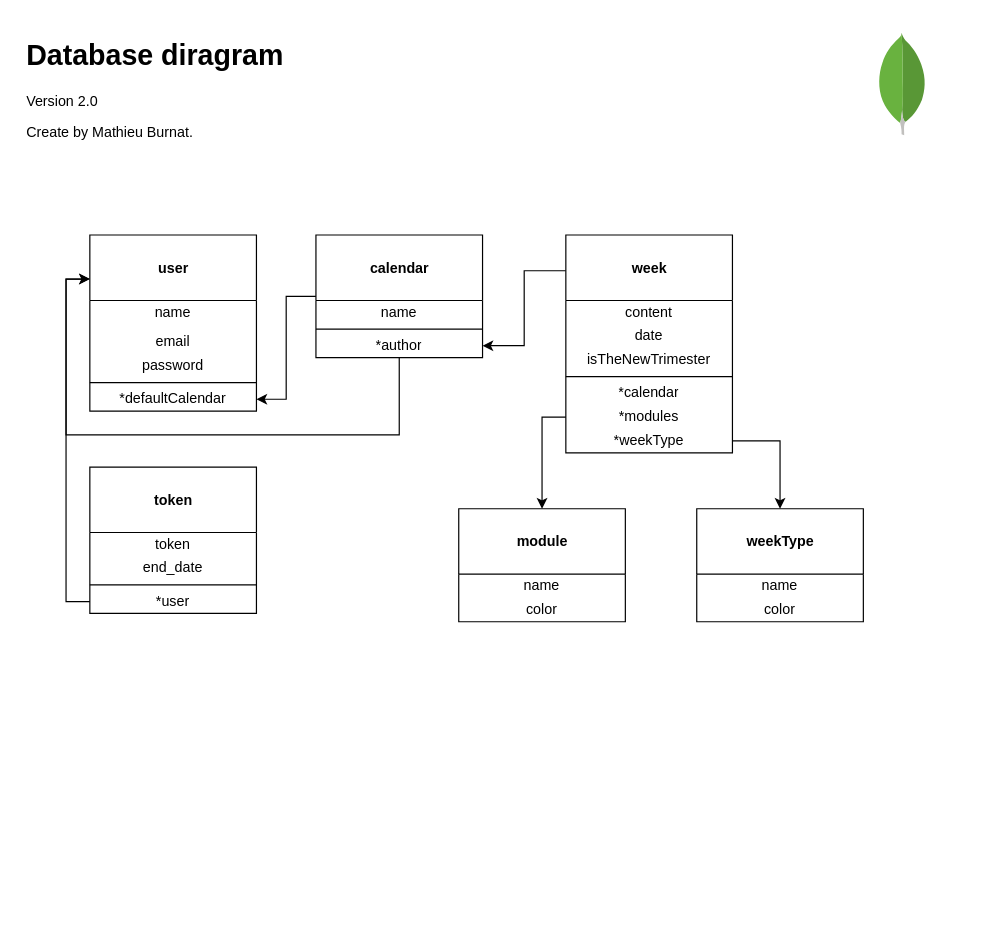
This is documentation/database/Diagram_2.drawio from MathieuBurnat/tech_calendar, a draw.io file, before an edit. Source tidied: cells renumbered, new cells numbered last; positions are measured from the earlier drawing's top-left corner, leaving out a move shared by most shapes. Both pictures are drawn from the tidied source at 119%, with x=0, y=0 at pixel (20, 32).
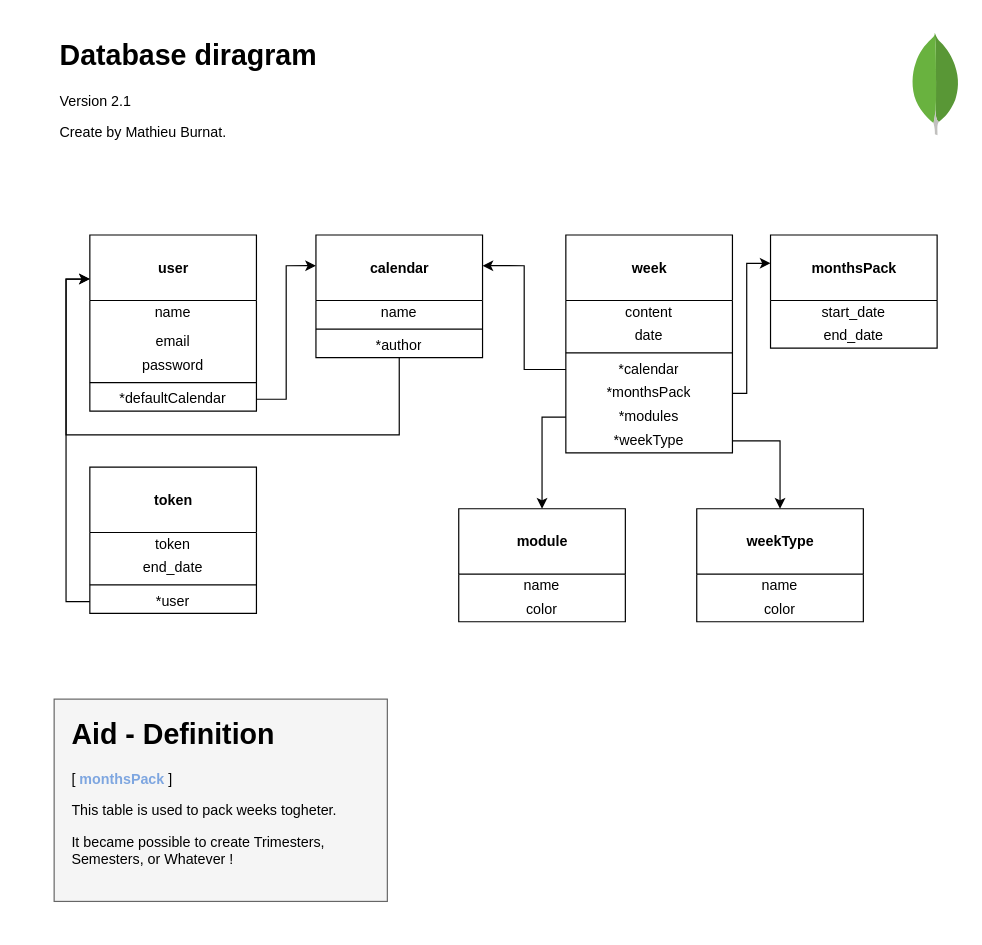
After the change.

Commit message (it also covers changes not shown here):
Update Digram's database

The change refers to these unchanged cells:
```xml
<mxCell id="5" value="&lt;br&gt;&lt;b&gt;calendar&lt;/b&gt;" style="swimlane;fontStyle=0;align=center;verticalAlign=top;horizontal=1;startSize=55;html=1;" parent="1" vertex="1">
  <mxGeometry x="248" y="170" width="140" height="103" as="geometry" />
</mxCell>
<mxCell id="8" value="*author" style="text;html=1;strokeColor=none;fillColor=none;align=center;verticalAlign=middle;spacingLeft=4;spacingRight=4;overflow=hidden;points=[[0,0.5],[1,0.5]];portConstraint=eastwest;" parent="5" vertex="1">
  <mxGeometry y="83" width="140" height="20" as="geometry" />
</mxCell>
<mxCell id="10" value="&lt;br&gt;&lt;b&gt;week&lt;/b&gt;" style="swimlane;fontStyle=0;align=center;verticalAlign=top;horizontal=1;startSize=55;html=1;" parent="1" vertex="1">
  <mxGeometry x="458" y="170" width="140" height="183" as="geometry" />
</mxCell>
<mxCell id="24" value="*defaultCalendar" style="text;html=1;strokeColor=none;fillColor=none;align=center;verticalAlign=middle;spacingLeft=4;spacingRight=4;overflow=hidden;points=[[0,0.5],[1,0.5]];portConstraint=eastwest;" parent="18" vertex="1">
  <mxGeometry y="128" width="140" height="20" as="geometry" />
</mxCell>
```

The edit, as a diff of the source:
```diff
@@
     <mxCell id="2" style="dashed=0;html=1;align=center;labelPosition=center;verticalLabelPosition=bottom;verticalAlign=top;shape=mxgraph.weblogos.mongodb;" parent="1" vertex="1">
-      <mxGeometry x="720" width="41.2" height="86.2" as="geometry" />
+      <mxGeometry x="748" width="41.2" height="86.2" as="geometry" />
     </mxCell>
-    <mxCell id="3" value="&lt;h1&gt;Database diragram&lt;/h1&gt;&lt;p&gt;Version 2.0&amp;nbsp;&lt;/p&gt;&lt;p&gt;Create by Mathieu Burnat.&lt;/p&gt;" style="text;html=1;strokeColor=none;fillColor=none;spacing=5;spacingTop=-20;whiteSpace=wrap;overflow=hidden;rounded=0;" parent="1" vertex="1">
-      <mxGeometry width="370" height="120" as="geometry" />
+    <mxCell id="3" value="&lt;h1&gt;Database diragram&lt;/h1&gt;&lt;p&gt;Version 2.1&lt;/p&gt;&lt;p&gt;Create by Mathieu Burnat.&lt;/p&gt;" style="text;html=1;strokeColor=none;fillColor=none;spacing=5;spacingTop=-20;whiteSpace=wrap;overflow=hidden;rounded=0;" parent="1" vertex="1">
+      <mxGeometry x="28" width="370" height="120" as="geometry" />
     </mxCell>
-    <mxCell id="4" style="edgeStyle=orthogonalEdgeStyle;rounded=0;jettySize=auto;html=1;entryX=1;entryY=0.5;entryDx=0;entryDy=0;" parent="1" edge="1" source="5" target="24">
-      <mxGeometry relative="1" as="geometry">
-        <Array as="points">
-          <mxPoint x="223" y="222" />
-          <mxPoint x="223" y="308" />
-        </Array>
-      </mxGeometry>
-    </mxCell>
@@
-    <mxCell id="9" style="edgeStyle=orthogonalEdgeStyle;rounded=0;jettySize=auto;html=1;entryX=1;entryY=0.5;entryDx=0;entryDy=0;" parent="1" edge="1" source="10" target="8">
-      <mxGeometry relative="1" as="geometry">
-        <Array as="points">
-          <mxPoint x="423" y="200" />
-          <mxPoint x="423" y="263" />
-        </Array>
-      </mxGeometry>
-    </mxCell>
@@
-    <mxCell id="13" value="isTheNewTrimester" style="text;html=1;strokeColor=none;fillColor=none;align=center;verticalAlign=middle;spacingLeft=4;spacingRight=4;overflow=hidden;" parent="10" vertex="1">
-      <mxGeometry y="95" width="140" height="20" as="geometry" />
-    </mxCell>
     <mxCell id="14" style="line;strokeWidth=1;fillColor=none;align=left;verticalAlign=middle;spacingTop=-1;spacingLeft=3;spacingRight=3;labelPosition=right;" parent="10" vertex="1">
-      <mxGeometry y="115" width="140" height="8" as="geometry" />
+      <mxGeometry y="95" width="140" height="8" as="geometry" />
     </mxCell>
     <mxCell id="15" value="*calendar" style="text;html=1;strokeColor=none;fillColor=none;align=center;verticalAlign=middle;spacingLeft=4;spacingRight=4;overflow=hidden;points=[[0,0.5],[1,0.5]];portConstraint=eastwest;" parent="10" vertex="1">
-      <mxGeometry y="123" width="140" height="20" as="geometry" />
+      <mxGeometry y="103" width="140" height="20" as="geometry" />
     </mxCell>
+    <mxCell id="40" value="*monthsPack" style="text;html=1;strokeColor=none;fillColor=none;align=center;verticalAlign=middle;spacingLeft=4;spacingRight=4;overflow=hidden;points=[[0,0.5],[1,0.5]];portConstraint=eastwest;" parent="10" vertex="1">
+      <mxGeometry y="123" width="140" height="20" as="geometry" />
+    </mxCell>
@@
+    <mxCell id="41" value="&lt;br&gt;&lt;b&gt;monthsPack&lt;/b&gt;" style="swimlane;fontStyle=0;align=center;verticalAlign=top;horizontal=1;startSize=55;html=1;" parent="1" vertex="1">
+      <mxGeometry x="630" y="170" width="140" height="95" as="geometry" />
+    </mxCell>
+    <mxCell id="42" value="start_date" style="text;html=1;strokeColor=none;fillColor=none;align=center;verticalAlign=middle;spacingLeft=4;spacingRight=4;overflow=hidden;" parent="41" vertex="1">
+      <mxGeometry y="55" width="140" height="20" as="geometry" />
+    </mxCell>
+    <mxCell id="43" value="end_date" style="text;html=1;strokeColor=none;fillColor=none;align=center;verticalAlign=middle;spacingLeft=4;spacingRight=4;overflow=hidden;" parent="41" vertex="1">
+      <mxGeometry y="75" width="140" height="20" as="geometry" />
+    </mxCell>
+    <mxCell id="44" style="edgeStyle=orthogonalEdgeStyle;rounded=0;jettySize=auto;html=1;entryX=0;entryY=0.25;entryDx=0;entryDy=0;" parent="1" edge="1" source="40" target="41">
+      <mxGeometry relative="1" as="geometry">
+        <Array as="points">
+          <mxPoint x="610" y="303" />
+          <mxPoint x="610" y="194" />
+        </Array>
+      </mxGeometry>
+    </mxCell>
+    <mxCell id="45" style="rounded=0;whiteSpace=wrap;html=1;fillColor=#f5f5f5;strokeColor=#666666;fontColor=#333333;" parent="1" vertex="1">
+      <mxGeometry x="28" y="560" width="280" height="170" as="geometry" />
+    </mxCell>
+    <mxCell id="46" value="&lt;h1&gt;Aid - Definition&lt;/h1&gt;&lt;p&gt;[ &lt;font color=&quot;#7ea6e0&quot;&gt;&lt;b&gt;monthsPack&lt;/b&gt; &lt;/font&gt;]&lt;/p&gt;&lt;p&gt;This table is used to pack weeks togheter.&amp;nbsp;&lt;/p&gt;&lt;p&gt;It became possible to create Trimesters, Semesters, or Whatever !&lt;/p&gt;" style="text;html=1;strokeColor=none;fillColor=none;spacing=5;spacingTop=-20;whiteSpace=wrap;overflow=hidden;rounded=0;" parent="1" vertex="1">
+      <mxGeometry x="38" y="570" width="260" height="180" as="geometry" />
+    </mxCell>
+    <mxCell id="47" style="edgeStyle=orthogonalEdgeStyle;rounded=0;jettySize=auto;html=1;entryX=0;entryY=0.25;entryDx=0;entryDy=0;" parent="1" edge="1" source="24" target="5">
+      <mxGeometry relative="1" as="geometry" />
+    </mxCell>
+    <mxCell id="48" style="edgeStyle=orthogonalEdgeStyle;rounded=0;jettySize=auto;html=1;entryX=1;entryY=0.25;entryDx=0;entryDy=0;" parent="1" edge="1" source="15" target="5">
+      <mxGeometry relative="1" as="geometry" />
+    </mxCell>
```
